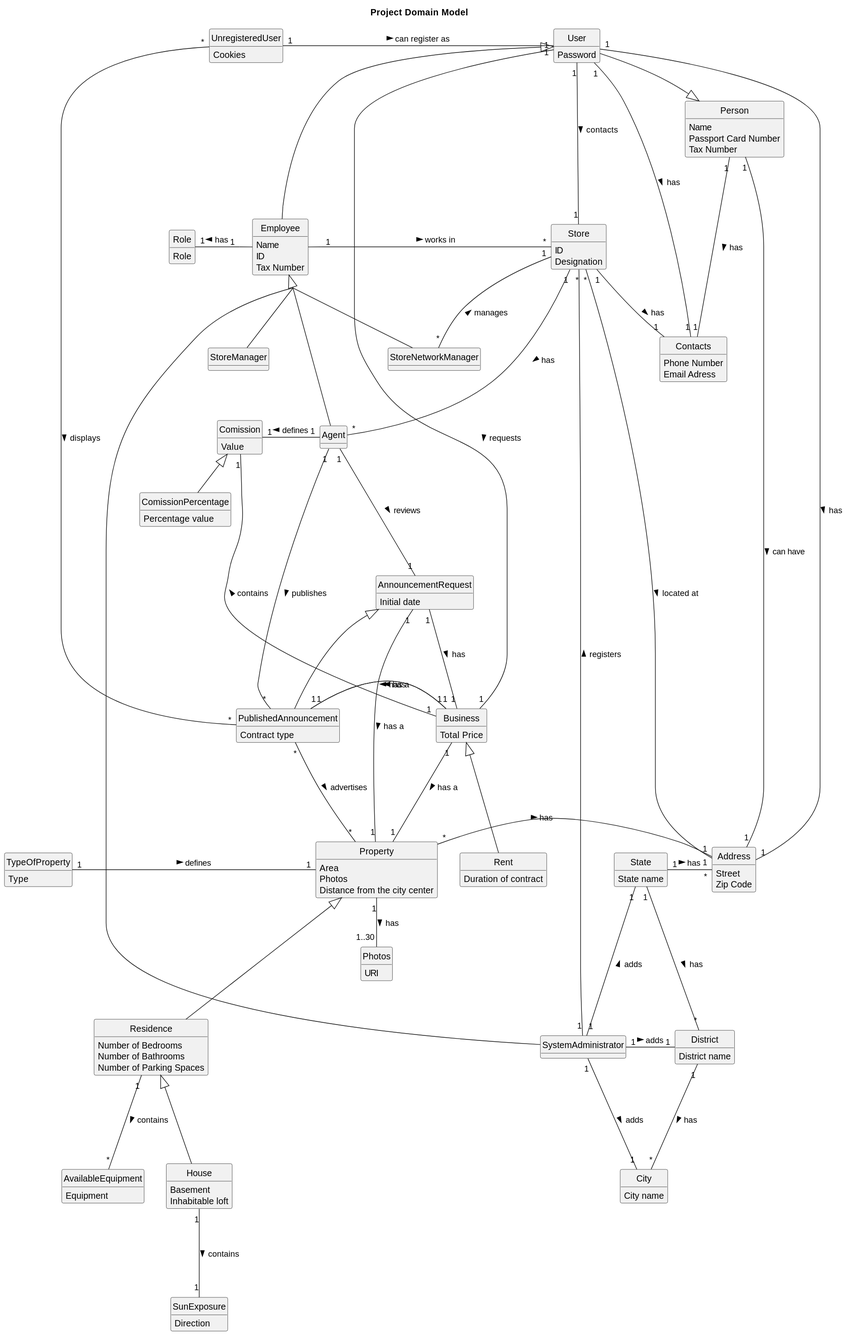
Earlier version of the PlantUML export docs/sprintB/global-artifacts/02.analysis/svg/project-domain-model.svg (PureNimble/ISEP-LAPR2).
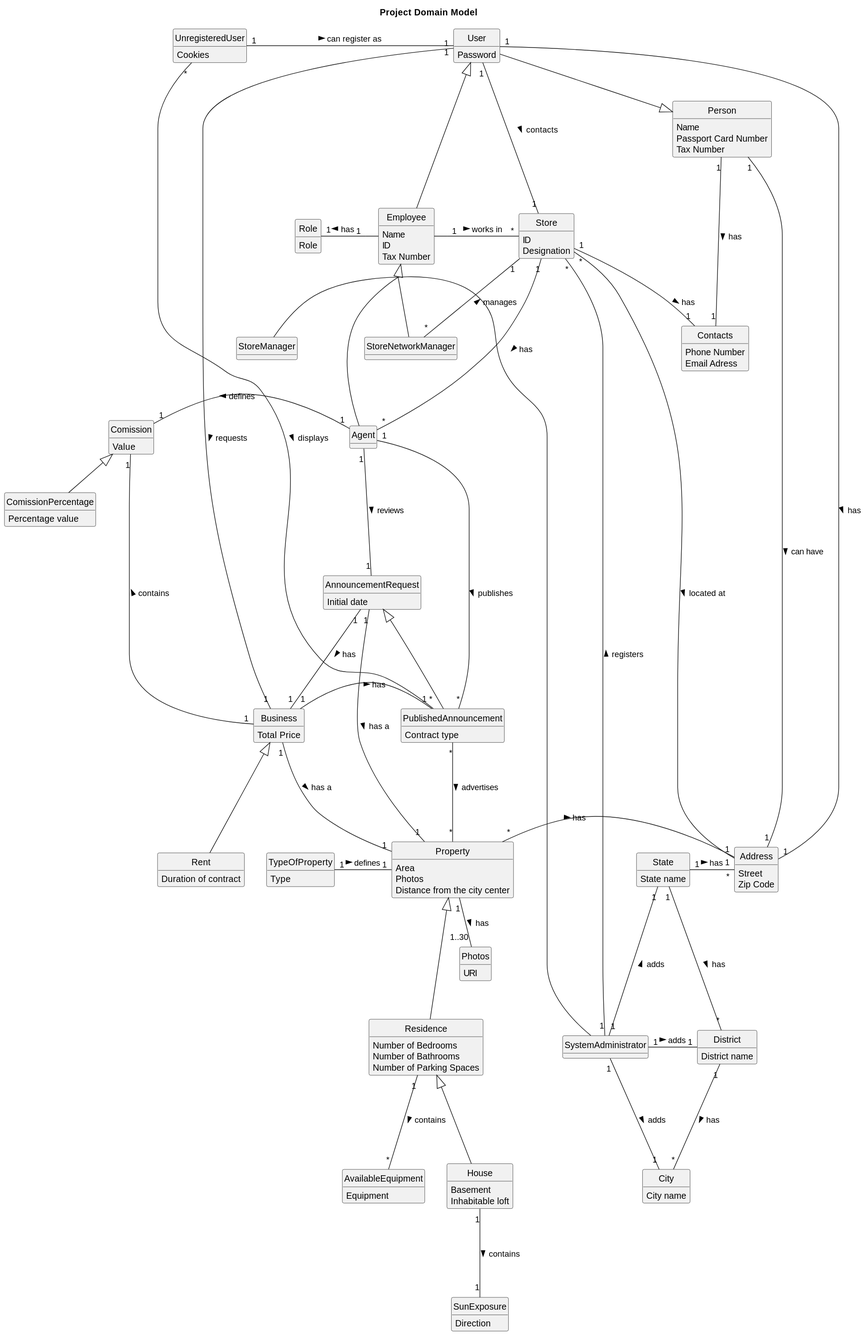
The same diagram one commit later.

Change to the diagram source:
```diff
@@ -133,7 +133,6 @@
 State "1" -left- "*" Address : has >
 TypeOfProperty "1" -right- "1" Property : defines >
 UnregisteredUser "*" --- "*" PublishedAnnouncement: displays >
-User "1" -down-- "1" Contacts: has >
 Store "1" -right-- "1" Contacts: has >
 Address "1" -left-- "1" User: has <
 User "1" -down-- "1" Store: contacts >
@@ -146,7 +145,6 @@
 AnnouncementRequest "1" --- "1" Property: has a >
 AnnouncementRequest  <|---  PublishedAnnouncement
 PublishedAnnouncement "*" --- "1" Agent: publishes <
-PublishedAnnouncement "1" --- "1" Business: has a <
 Business <|--- Rent
 Comission <|-- ComissionPercentage
 User <|-- Employee
```
